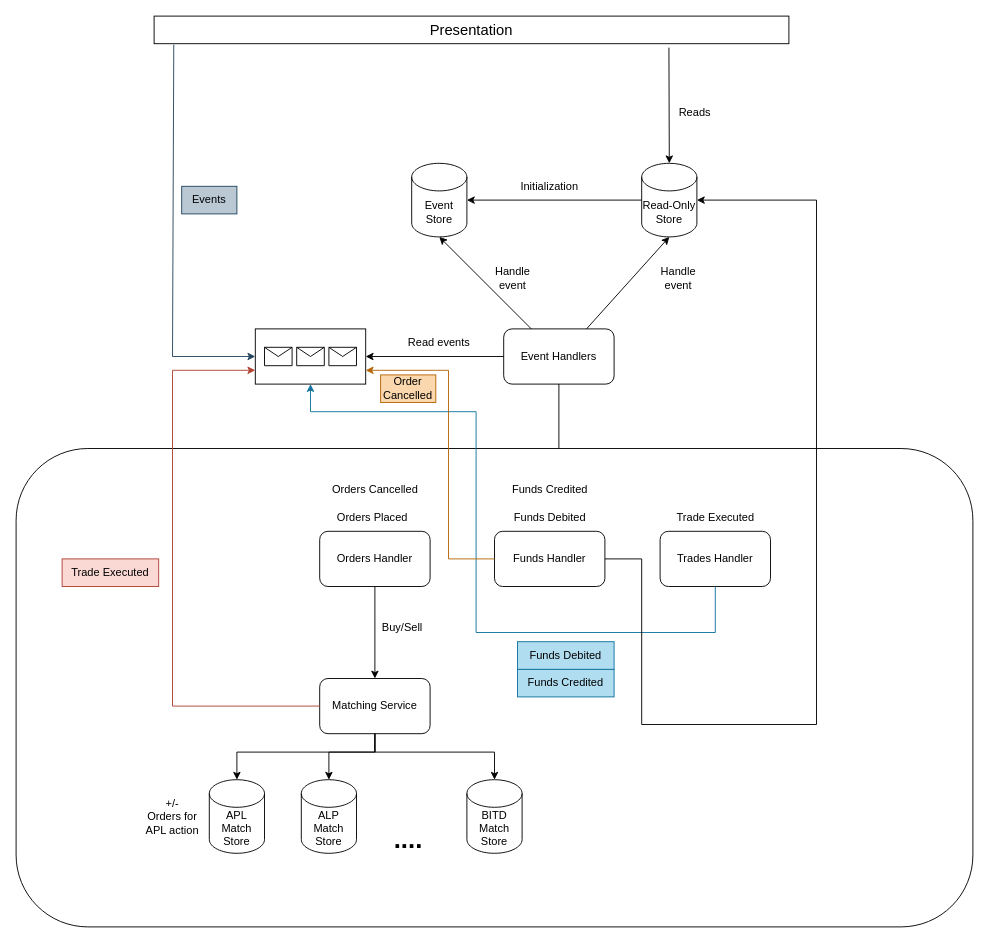
This is docs/trading_system.drawio from Raul072103/TradingApp, a draw.io file, before an edit. Source tidied: cells renumbered, new cells numbered last; positions are measured from the earlier drawing's top-left corner, leaving out a move shared by most shapes. Both pictures are drawn from the tidied source at 92%, with x=0, y=0 at pixel (16, 16).
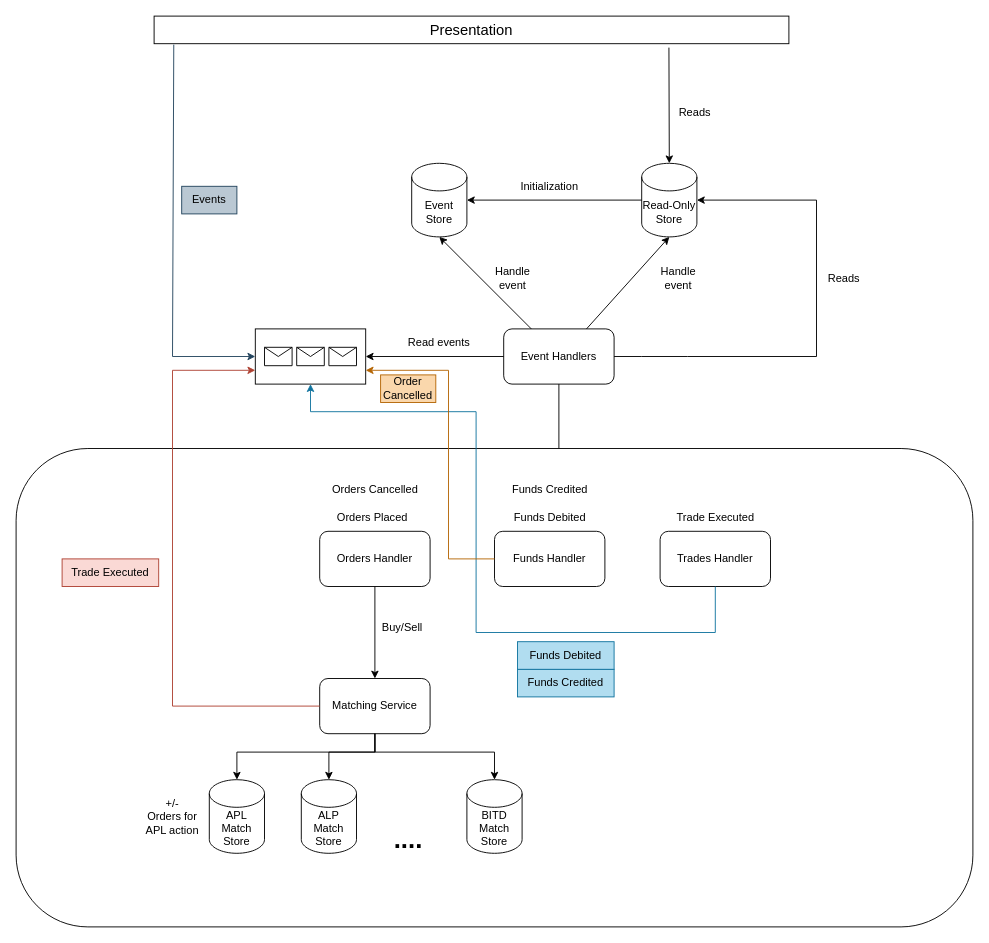
The same page after the edit.

The change refers to these unchanged cells:
```xml
<mxCell id="5" value="Read-Only&lt;br&gt;Store" style="shape=cylinder3;whiteSpace=wrap;html=1;boundedLbl=1;backgroundOutline=1;size=15;" parent="1" vertex="1">
  <mxGeometry x="680" y="160" width="60" height="80" as="geometry" />
</mxCell>
<mxCell id="8" value="Event Handlers" style="rounded=1;whiteSpace=wrap;html=1;" parent="1" vertex="1">
  <mxGeometry x="530" y="340" width="120" height="60" as="geometry" />
</mxCell>
<mxCell id="23" value="Funds Handler" style="rounded=1;whiteSpace=wrap;html=1;" parent="1" vertex="1">
  <mxGeometry x="520" y="560" width="120" height="60" as="geometry" />
</mxCell>
```

The edit, as a diff of the source:
```diff
@@
-    <mxCell id="48" style="endArrow=classic;html=1;rounded=0;entryX=1;entryY=0.5;entryDx=0;entryDy=0;entryPerimeter=0;exitX=1;exitY=0.5;exitDx=0;exitDy=0;" parent="1" edge="1" source="23" target="5">
+    <mxCell id="48" style="endArrow=classic;html=1;rounded=0;entryX=1;entryY=0.5;entryDx=0;entryDy=0;entryPerimeter=0;exitX=1;exitY=0.5;exitDx=0;exitDy=0;" parent="1" edge="1" source="8" target="5">
       <mxGeometry relative="1" as="geometry">
         <Array as="points">
-          <mxPoint x="680" y="590" />
-          <mxPoint x="680" y="770" />
-          <mxPoint x="870" y="770" />
+          <mxPoint x="680" y="370" />
+          <mxPoint x="730" y="370" />
+          <mxPoint x="870" y="370" />
           <mxPoint x="870" y="200" />
         </Array>
       </mxGeometry>
     </mxCell>
@@
+    <mxCell id="51" value="Reads" style="text;html=1;strokeColor=none;fillColor=none;align=center;verticalAlign=middle;whiteSpace=wrap;rounded=0;" parent="1" vertex="1">
+      <mxGeometry x="870" y="270" width="60" height="30" as="geometry" />
+    </mxCell>
```
